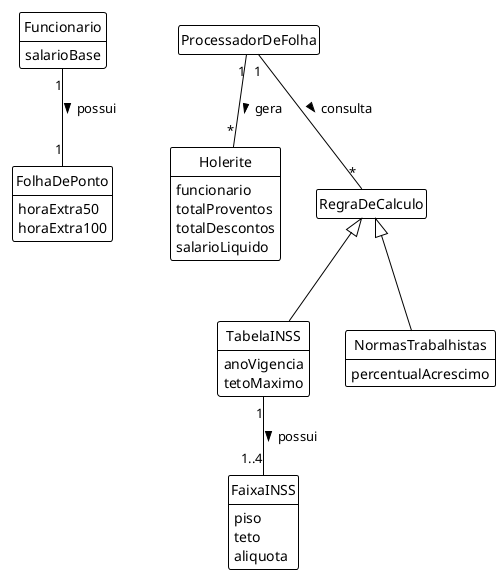
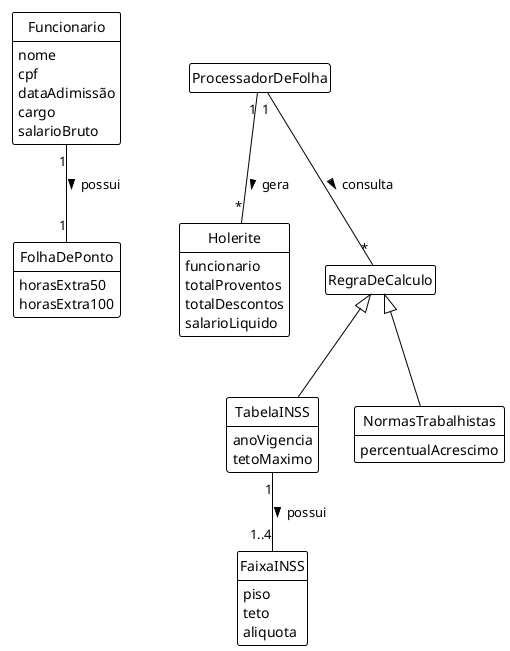
@startuml
!theme plain
hide methods
hide circle
hide empty members

class Funcionario {
-     salarioBase
+     nome
+     cpf
+     dataAdimissão
+     cargo
+     salarioBruto
}

class FolhaDePonto {
-     horaExtra50
-     horaExtra100
+     horasExtra50
+     horasExtra100
}

class Holerite {
    funcionario
    totalProventos
    totalDescontos
    salarioLiquido
}

class ProcessadorDeFolha {
}

class RegraDeCalculo {

}

class TabelaINSS {
    anoVigencia
    tetoMaximo
}

class FaixaINSS {
    piso
    teto
    aliquota
}

class NormasTrabalhistas {
    percentualAcrescimo
}

Funcionario "1" -- "1" FolhaDePonto : possui >
ProcessadorDeFolha "1" -- "*" Holerite : gera >
ProcessadorDeFolha "1" -- "*" RegraDeCalculo : consulta >
TabelaINSS "1" -- "1..4" FaixaINSS : possui >
RegraDeCalculo <|-- TabelaINSS
RegraDeCalculo <|-- NormasTrabalhistas

@enduml